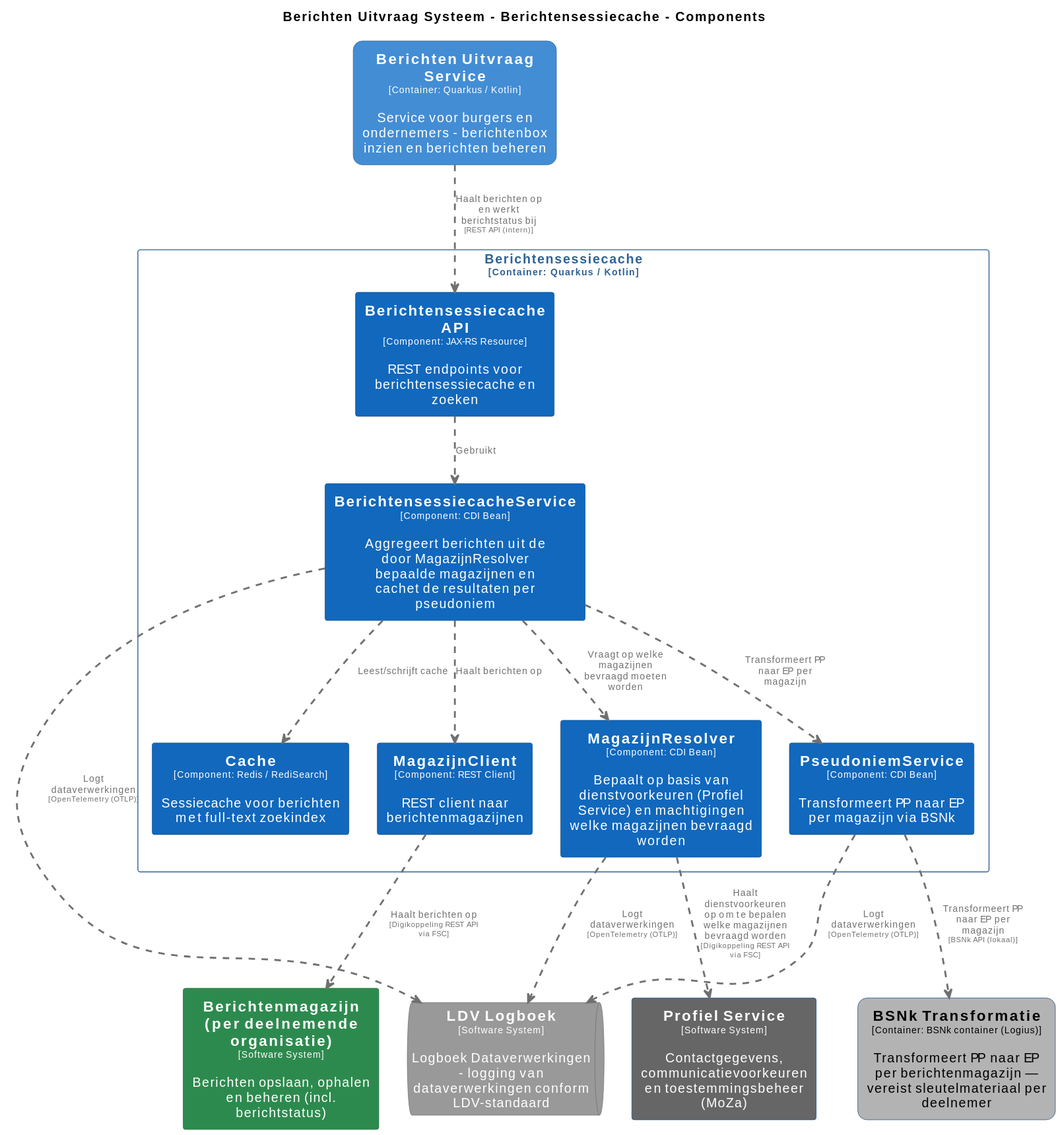
The PlantUML diagram pr-preview/pr-22/master/svg/BerichtensessiecacheComponenten.svg in MinBZK/moza-poc-fbs-berichtenbox, before a commit. Its source is kept beside it as pr-preview/pr-22/master/puml/BerichtensessiecacheComponenten.puml.
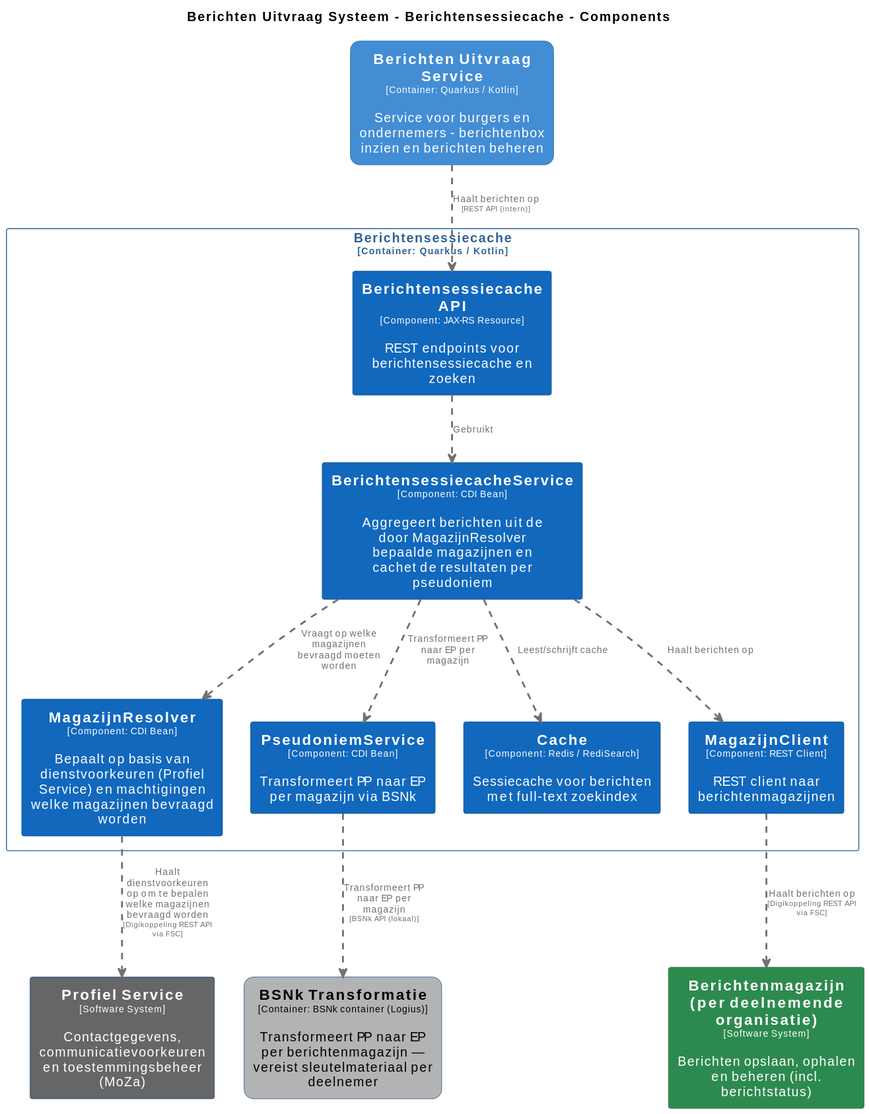
After the change.

The edit, as a diff of the source:
```diff
@@ -53,12 +53,6 @@
   BorderColor #0b4884
   shadowing false
 }
-skinparam queue<<LDVLogboek>> {
-  BackgroundColor #999999
-  FontColor #ffffff
-  BorderColor #6b6b6b
-  shadowing false
-}
 skinparam rectangle<<BerichtenUitvraagSysteem.Berichtensessiecache.MagazijnClient>> {
   BackgroundColor #1168bd
   FontColor #ffffff
@@ -93,7 +87,6 @@
 rectangle "==Berichtenmagazijn (per deelnemende organisatie)\n<size:10>[Software System]</size>\n\nBerichten opslaan, ophalen en beheren (incl. berichtstatus)" <<Berichtenmagazijnperdeelnemendeorganisatie>> as Berichtenmagazijnperdeelnemendeorganisatie
 rectangle "==Berichten Uitvraag Service\n<size:10>[Container: Quarkus / Kotlin]</size>\n\nService voor burgers en ondernemers - berichtenbox inzien en berichten beheren" <<BerichtenUitvraagSysteem.BerichtenUitvraagService>> as BerichtenUitvraagSysteem.BerichtenUitvraagService
 rectangle "==BSNk Transformatie\n<size:10>[Container: BSNk container (Logius)]</size>\n\nTransformeert PP naar EP per berichtenmagazijn — vereist sleutelmateriaal per deelnemer" <<BerichtenUitvraagSysteem.BSNkTransformatie>> as BerichtenUitvraagSysteem.BSNkTransformatie
-queue "==LDV Logboek\n<size:10>[Software System]</size>\n\nLogboek Dataverwerkingen - logging van dataverwerkingen conform LDV-standaard" <<LDVLogboek>> as LDVLogboek
 
 rectangle "Berichtensessiecache\n<size:10>[Container: Quarkus / Kotlin]</size>" <<BerichtenUitvraagSysteem.Berichtensessiecache>> {
   rectangle "==Berichtensessiecache API\n<size:10>[Component: JAX-RS Resource]</size>\n\nREST endpoints voor berichtensessiecache en zoeken" <<BerichtenUitvraagSysteem.Berichtensessiecache.BerichtensessiecacheAPI>> as BerichtenUitvraagSysteem.Berichtensessiecache.BerichtensessiecacheAPI
@@ -106,14 +99,11 @@
 
 BerichtenUitvraagSysteem.Berichtensessiecache.MagazijnResolver .[#707070,thickness=2].> ProfielService : "<color:#707070>Haalt dienstvoorkeuren op om te bepalen welke magazijnen bevraagd worden\n<color:#707070><size:8>[Digikoppeling REST API via FSC]</size>"
 BerichtenUitvraagSysteem.Berichtensessiecache.MagazijnClient .[#707070,thickness=2].> Berichtenmagazijnperdeelnemendeorganisatie : "<color:#707070>Haalt berichten op\n<color:#707070><size:8>[Digikoppeling REST API via FSC]</size>"
-BerichtenUitvraagSysteem.Berichtensessiecache.BerichtensessiecacheService .[#707070,thickness=2].> LDVLogboek : "<color:#707070>Logt dataverwerkingen\n<color:#707070><size:8>[OpenTelemetry (OTLP)]</size>"
-BerichtenUitvraagSysteem.Berichtensessiecache.MagazijnResolver .[#707070,thickness=2].> LDVLogboek : "<color:#707070>Logt dataverwerkingen\n<color:#707070><size:8>[OpenTelemetry (OTLP)]</size>"
-BerichtenUitvraagSysteem.Berichtensessiecache.PseudoniemService .[#707070,thickness=2].> LDVLogboek : "<color:#707070>Logt dataverwerkingen\n<color:#707070><size:8>[OpenTelemetry (OTLP)]</size>"
 BerichtenUitvraagSysteem.Berichtensessiecache.BerichtensessiecacheAPI .[#707070,thickness=2].> BerichtenUitvraagSysteem.Berichtensessiecache.BerichtensessiecacheService : "<color:#707070>Gebruikt"
 BerichtenUitvraagSysteem.Berichtensessiecache.BerichtensessiecacheService .[#707070,thickness=2].> BerichtenUitvraagSysteem.Berichtensessiecache.MagazijnResolver : "<color:#707070>Vraagt op welke magazijnen bevraagd moeten worden"
 BerichtenUitvraagSysteem.Berichtensessiecache.BerichtensessiecacheService .[#707070,thickness=2].> BerichtenUitvraagSysteem.Berichtensessiecache.PseudoniemService : "<color:#707070>Transformeert PP naar EP per magazijn"
 BerichtenUitvraagSysteem.Berichtensessiecache.BerichtensessiecacheService .[#707070,thickness=2].> BerichtenUitvraagSysteem.Berichtensessiecache.Cache : "<color:#707070>Leest/schrijft cache"
 BerichtenUitvraagSysteem.Berichtensessiecache.BerichtensessiecacheService .[#707070,thickness=2].> BerichtenUitvraagSysteem.Berichtensessiecache.MagazijnClient : "<color:#707070>Haalt berichten op"
 BerichtenUitvraagSysteem.Berichtensessiecache.PseudoniemService .[#707070,thickness=2].> BerichtenUitvraagSysteem.BSNkTransformatie : "<color:#707070>Transformeert PP naar EP per magazijn\n<color:#707070><size:8>[BSNk API (lokaal)]</size>"
-BerichtenUitvraagSysteem.BerichtenUitvraagService .[#707070,thickness=2].> BerichtenUitvraagSysteem.Berichtensessiecache.BerichtensessiecacheAPI : "<color:#707070>Haalt berichten op en werkt berichtstatus bij\n<color:#707070><size:8>[REST API (intern)]</size>"
+BerichtenUitvraagSysteem.BerichtenUitvraagService .[#707070,thickness=2].> BerichtenUitvraagSysteem.Berichtensessiecache.BerichtensessiecacheAPI : "<color:#707070>Haalt berichten op\n<color:#707070><size:8>[REST API (intern)]</size>"
 @enduml
```
